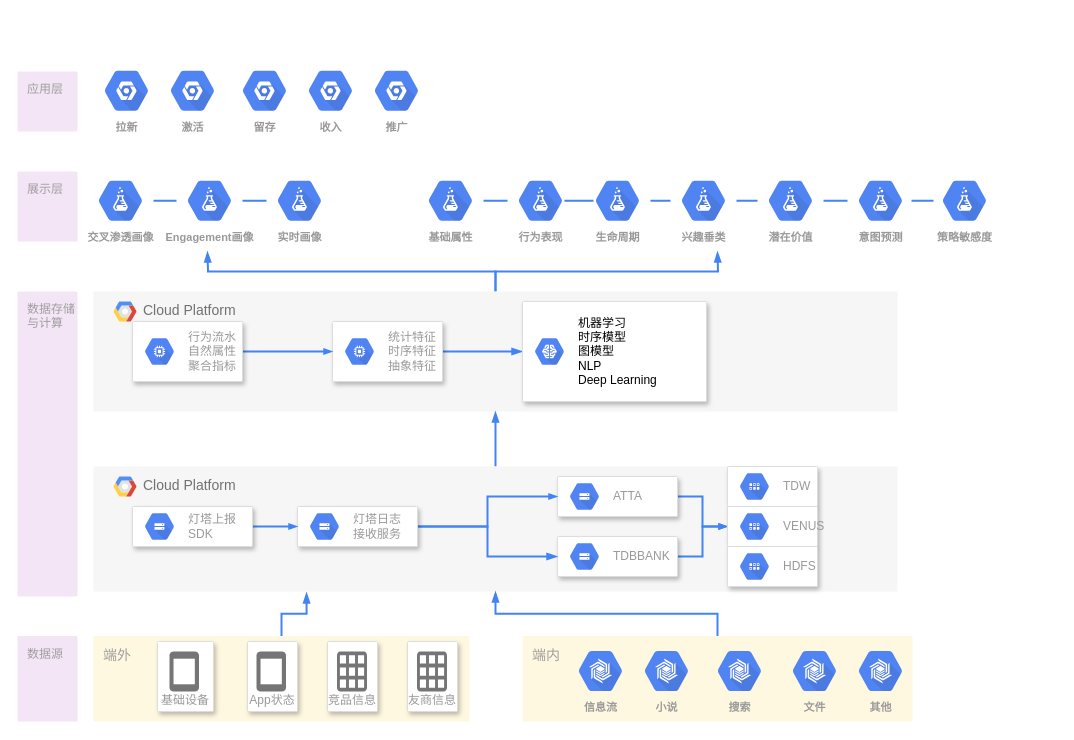
feiwsteven/cython keeps this draw.io diagram as engineering_Diagram.drawio. Above is the earlier version. Source tidied: cells renumbered, new cells numbered last; positions are measured from the earlier drawing's top-left corner, leaving out a move shared by most shapes. Both pictures are drawn from the tidied source at 100%, with x=0, y=0 at pixel (17, 61).
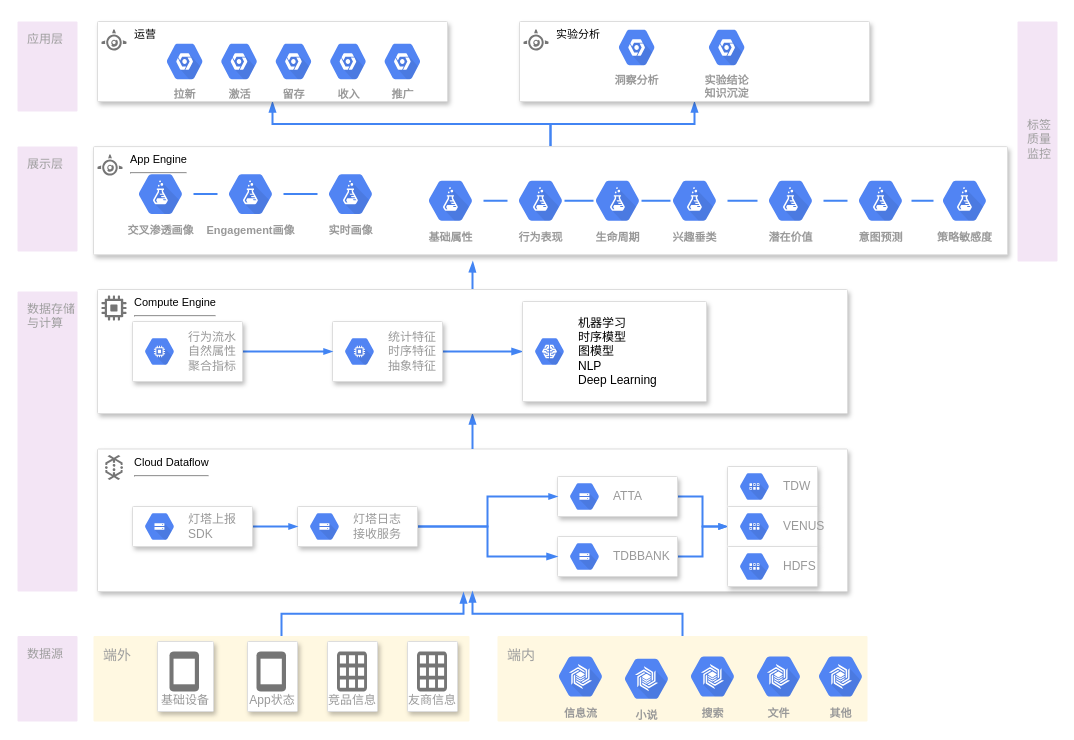
The same diagram, later.

Unchanged cells that the change refers to:
```xml
<mxCell id="10" value="&lt;font style=&quot;font-size: 14px&quot;&gt;端外&lt;/font&gt;" style="sketch=0;points=[[0,0,0],[0.25,0,0],[0.5,0,0],[0.75,0,0],[1,0,0],[1,0.25,0],[1,0.5,0],[1,0.75,0],[1,1,0],[0.75,1,0],[0.5,1,0],[0.25,1,0],[0,1,0],[0,0.75,0],[0,0.5,0],[0,0.25,0]];rounded=1;absoluteArcSize=1;arcSize=2;html=1;strokeColor=none;gradientColor=none;shadow=0;dashed=0;fontSize=12;fontColor=#9E9E9E;align=left;verticalAlign=top;spacing=10;spacingTop=-4;fillColor=#FFF8E1;" parent="1" vertex="1">
  <mxGeometry x="76" y="574.5" width="376" height="85.5" as="geometry" />
</mxCell>
```

What changed in the source:
```diff
@@
-    <mxCell id="2" style="edgeStyle=orthogonalEdgeStyle;rounded=0;jettySize=auto;html=1;fontSize=14;endArrow=blockThin;endFill=1;strokeColor=#4284F3;strokeWidth=2;" parent="1" edge="1" source="4">
-      <mxGeometry relative="1" as="geometry">
-        <mxPoint x="190" y="190" as="targetPoint" />
-      </mxGeometry>
-    </mxCell>
-    <mxCell id="3" style="edgeStyle=orthogonalEdgeStyle;rounded=0;jettySize=auto;html=1;fontSize=14;endArrow=blockThin;endFill=1;strokeColor=#4284F3;strokeWidth=2;" parent="1" edge="1" source="4">
-      <mxGeometry relative="1" as="geometry">
-        <mxPoint x="700" y="190" as="targetPoint" />
-      </mxGeometry>
-    </mxCell>
-    <mxCell id="4" value="Cloud Platform" style="fillColor=#F6F6F6;strokeColor=none;shadow=0;gradientColor=none;fontSize=14;align=left;spacing=10;fontColor=#717171;9E9E9E;verticalAlign=top;spacingTop=-4;fontStyle=0;spacingLeft=40;html=1;" parent="1" vertex="1">
-      <mxGeometry x="76" y="230" width="804" height="120" as="geometry" />
-    </mxCell>
-    <mxCell id="5" style="shape=mxgraph.gcp2.google_cloud_platform;fillColor=#F6F6F6;strokeColor=none;shadow=0;gradientColor=none;fontSize=14;" parent="4" vertex="1">
-      <mxGeometry width="23" height="20" relative="1" as="geometry">
-        <mxPoint x="20" y="10" as="offset" />
-      </mxGeometry>
-    </mxCell>
-    <mxCell id="6" style="edgeStyle=orthogonalEdgeStyle;rounded=0;jettySize=auto;html=1;fontSize=14;endArrow=blockThin;endFill=1;strokeColor=#4284F3;strokeWidth=2;" parent="1" edge="1" source="7" target="4">
-      <mxGeometry relative="1" as="geometry" />
-    </mxCell>
-    <mxCell id="7" value="Cloud Platform" style="fillColor=#F6F6F6;strokeColor=none;shadow=0;gradientColor=none;fontSize=14;align=left;spacing=10;fontColor=#717171;9E9E9E;verticalAlign=top;spacingTop=-4;fontStyle=0;spacingLeft=40;html=1;" parent="1" vertex="1">
-      <mxGeometry x="76" y="405" width="804" height="125" as="geometry" />
-    </mxCell>
-    <mxCell id="8" style="shape=mxgraph.gcp2.google_cloud_platform;fillColor=#F6F6F6;strokeColor=none;shadow=0;gradientColor=none;fontSize=14;" parent="7" vertex="1">
-      <mxGeometry width="23" height="20" relative="1" as="geometry">
-        <mxPoint x="20" y="10" as="offset" />
-      </mxGeometry>
-    </mxCell>
-    <mxCell id="9" style="edgeStyle=orthogonalEdgeStyle;rounded=0;jettySize=auto;html=1;entryX=0.265;entryY=1.008;entryDx=0;entryDy=0;entryPerimeter=0;fontSize=14;endArrow=blockThin;endFill=1;strokeColor=#4284F3;strokeWidth=2;" parent="1" edge="1" source="10" target="7">
-      <mxGeometry relative="1" as="geometry" />
-    </mxCell>
+    <mxCell id="80" style="edgeStyle=orthogonalEdgeStyle;rounded=0;jettySize=auto;html=1;entryX=0.5;entryY=1;entryDx=0;entryDy=0;fontSize=14;endArrow=blockThin;endFill=1;strokeColor=#4284F3;strokeWidth=2;" parent="1" edge="1" source="82" target="98">
+      <mxGeometry relative="1" as="geometry" />
+    </mxCell>
+    <mxCell id="81" style="edgeStyle=orthogonalEdgeStyle;rounded=0;jettySize=auto;html=1;entryX=0.5;entryY=1;entryDx=0;entryDy=0;fontSize=14;endArrow=blockThin;endFill=1;strokeColor=#4284F3;strokeWidth=2;" parent="1" edge="1" source="82" target="95">
+      <mxGeometry relative="1" as="geometry" />
+    </mxCell>
+    <mxCell id="82" style="strokeColor=#dddddd;shadow=1;strokeWidth=1;rounded=1;absoluteArcSize=1;arcSize=2;fontSize=14;" parent="1" vertex="1">
+      <mxGeometry x="76" y="85.1" width="914" height="108.2" as="geometry" />
+    </mxCell>
+    <mxCell id="83" value="&lt;font color=&quot;#000000&quot;&gt;App Engine&lt;/font&gt;&lt;hr&gt;" style="text;html=1;align=left;verticalAlign=top;spacingLeft=35;fontColor=#999999;fontSize=11;" parent="82" vertex="1">
+      <mxGeometry width="914" height="50" relative="1" as="geometry" />
+    </mxCell>
+    <mxCell id="84" style="sketch=0;dashed=0;html=1;fillColor=#757575;strokeColor=none;shape=mxgraph.gcp2.app_engine_icon;fontSize=14;" parent="82" vertex="1">
+      <mxGeometry width="25" height="21" relative="1" as="geometry">
+        <mxPoint x="4" y="8" as="offset" />
+      </mxGeometry>
+    </mxCell>
+    <mxCell id="57" value="实时画像" style="sketch=0;html=1;fillColor=#5184F3;strokeColor=none;verticalAlign=top;labelPosition=center;verticalLabelPosition=bottom;align=center;spacingTop=-6;fontSize=11;fontStyle=1;fontColor=#999999;shape=mxgraph.gcp2.hexIcon;prIcon=cloud_datalab;" parent="82" vertex="1">
+      <mxGeometry x="224" y="18.2" width="66" height="58.5" as="geometry" />
+    </mxCell>
+    <mxCell id="56" value="Engagement画像" style="sketch=0;html=1;fillColor=#5184F3;strokeColor=none;verticalAlign=top;labelPosition=center;verticalLabelPosition=bottom;align=center;spacingTop=-6;fontSize=11;fontStyle=1;fontColor=#999999;shape=mxgraph.gcp2.hexIcon;prIcon=cloud_datalab;" parent="82" vertex="1">
+      <mxGeometry x="124" y="18.2" width="66" height="58.5" as="geometry" />
+    </mxCell>
+    <mxCell id="55" style="edgeStyle=orthogonalEdgeStyle;rounded=0;jettySize=auto;html=1;fontSize=14;endArrow=none;endFill=0;strokeColor=#4284F3;strokeWidth=2;" parent="82" edge="1" source="56" target="57">
+      <mxGeometry relative="1" as="geometry" />
+    </mxCell>
+    <mxCell id="54" value="交叉渗透画像" style="sketch=0;html=1;fillColor=#5184F3;strokeColor=none;verticalAlign=top;labelPosition=center;verticalLabelPosition=bottom;align=center;spacingTop=-6;fontSize=11;fontStyle=1;fontColor=#999999;shape=mxgraph.gcp2.hexIcon;prIcon=cloud_datalab;" parent="82" vertex="1">
+      <mxGeometry x="34" y="18.2" width="66" height="58.5" as="geometry" />
+    </mxCell>
+    <mxCell id="53" style="edgeStyle=orthogonalEdgeStyle;rounded=0;jettySize=auto;html=1;fontSize=14;endArrow=none;endFill=0;strokeColor=#4284F3;strokeWidth=2;" parent="82" edge="1" source="54" target="56">
+      <mxGeometry relative="1" as="geometry" />
+    </mxCell>
+    <mxCell id="85" style="strokeColor=#dddddd;shadow=1;strokeWidth=1;rounded=1;absoluteArcSize=1;arcSize=2;fontSize=14;" parent="1" vertex="1">
+      <mxGeometry x="80" y="387.5" width="750" height="142.5" as="geometry" />
+    </mxCell>
+    <mxCell id="86" style="edgeStyle=orthogonalEdgeStyle;rounded=0;jettySize=auto;html=1;entryX=0.5;entryY=1;entryDx=0;entryDy=0;fontSize=14;endArrow=blockThin;endFill=1;strokeColor=#4284F3;strokeWidth=2;" parent="85" edge="1" source="87" target="90">
+      <mxGeometry relative="1" as="geometry" />
+    </mxCell>
+    <mxCell id="87" value="&lt;font color=&quot;#000000&quot;&gt;Cloud Dataflow&lt;/font&gt;&lt;hr&gt;" style="text;html=1;align=left;verticalAlign=top;spacingLeft=35;fontColor=#999999;fontSize=11;" parent="85" vertex="1">
+      <mxGeometry width="750" height="50" relative="1" as="geometry" />
+    </mxCell>
+    <mxCell id="88" style="sketch=0;dashed=0;html=1;fillColor=#757575;strokeColor=none;shape=mxgraph.gcp2.cloud_dataflow_icon;fontSize=14;" parent="85" vertex="1">
+      <mxGeometry width="18" height="25" relative="1" as="geometry">
+        <mxPoint x="7.5" y="6" as="offset" />
+      </mxGeometry>
+    </mxCell>
+    <mxCell id="89" style="edgeStyle=orthogonalEdgeStyle;rounded=0;jettySize=auto;html=1;entryX=0.415;entryY=1.061;entryDx=0;entryDy=0;entryPerimeter=0;fontSize=14;endArrow=blockThin;endFill=1;strokeColor=#4284F3;strokeWidth=2;" parent="1" edge="1" source="90" target="82">
+      <mxGeometry relative="1" as="geometry" />
+    </mxCell>
+    <mxCell id="90" style="strokeColor=#dddddd;shadow=1;strokeWidth=1;rounded=1;absoluteArcSize=1;arcSize=2;fontSize=14;" parent="1" vertex="1">
+      <mxGeometry x="80" y="228" width="750" height="124" as="geometry" />
+    </mxCell>
+    <mxCell id="91" value="&lt;font color=&quot;#000000&quot;&gt;Compute Engine&lt;/font&gt;&lt;hr&gt;" style="text;html=1;align=left;verticalAlign=top;spacingLeft=35;fontColor=#999999;fontSize=11;" parent="90" vertex="1">
+      <mxGeometry width="750" height="50" relative="1" as="geometry" />
+    </mxCell>
+    <mxCell id="92" style="sketch=0;dashed=0;html=1;fillColor=#757575;strokeColor=none;shape=mxgraph.gcp2.compute_engine_icon;fontSize=14;" parent="90" vertex="1">
+      <mxGeometry width="25" height="25" relative="1" as="geometry">
+        <mxPoint x="4" y="6" as="offset" />
+      </mxGeometry>
+    </mxCell>
+    <mxCell id="93" style="edgeStyle=orthogonalEdgeStyle;rounded=0;jettySize=auto;html=1;entryX=0.488;entryY=1.007;entryDx=0;entryDy=0;entryPerimeter=0;fontSize=14;endArrow=blockThin;endFill=1;strokeColor=#4284F3;strokeWidth=2;" parent="1" edge="1" source="10" target="85">
+      <mxGeometry relative="1" as="geometry" />
+    </mxCell>
@@
-    <mxCell id="19" style="edgeStyle=orthogonalEdgeStyle;rounded=0;jettySize=auto;html=1;fontSize=14;endArrow=blockThin;endFill=1;strokeColor=#4284F3;strokeWidth=2;" parent="1" edge="1" source="20" target="7">
-      <mxGeometry relative="1" as="geometry" />
-    </mxCell>
+    <mxCell id="94" style="edgeStyle=orthogonalEdgeStyle;rounded=0;jettySize=auto;html=1;fontSize=14;endArrow=blockThin;endFill=1;strokeColor=#4284F3;strokeWidth=2;" parent="1" edge="1" source="20" target="85">
+      <mxGeometry relative="1" as="geometry" />
+    </mxCell>
     <mxCell id="20" value="&lt;font style=&quot;font-size: 14px&quot;&gt;端内&lt;/font&gt;" style="sketch=0;points=[[0,0,0],[0.25,0,0],[0.5,0,0],[0.75,0,0],[1,0,0],[1,0.25,0],[1,0.5,0],[1,0.75,0],[1,1,0],[0.75,1,0],[0.5,1,0],[0.25,1,0],[0,1,0],[0,0.75,0],[0,0.5,0],[0,0.25,0]];rounded=1;absoluteArcSize=1;arcSize=2;html=1;strokeColor=none;gradientColor=none;shadow=0;dashed=0;fontSize=12;fontColor=#9E9E9E;align=left;verticalAlign=top;spacing=10;spacingTop=-4;fillColor=#FFF8E1;" parent="1" vertex="1">
-      <mxGeometry x="505" y="574.5" width="390" height="85.5" as="geometry" />
+      <mxGeometry x="480" y="574.5" width="370" height="85.5" as="geometry" />
     </mxCell>
     <mxCell id="21" value="信息流" style="sketch=0;html=1;fillColor=#5184F3;strokeColor=none;verticalAlign=top;labelPosition=center;verticalLabelPosition=bottom;align=center;spacingTop=-6;fontSize=11;fontStyle=1;fontColor=#999999;shape=mxgraph.gcp2.hexIcon;prIcon=cloud_bigtable;" parent="1" vertex="1">
-      <mxGeometry x="550" y="580" width="66" height="59" as="geometry" />
+      <mxGeometry x="530" y="585.5" width="66" height="59" as="geometry" />
     </mxCell>
     <mxCell id="22" value="小说" style="sketch=0;html=1;fillColor=#5184F3;strokeColor=none;verticalAlign=top;labelPosition=center;verticalLabelPosition=bottom;align=center;spacingTop=-6;fontSize=11;fontStyle=1;fontColor=#999999;shape=mxgraph.gcp2.hexIcon;prIcon=cloud_bigtable;" parent="1" vertex="1">
-      <mxGeometry x="616" y="580" width="66" height="59" as="geometry" />
+      <mxGeometry x="596" y="587.8" width="66" height="59" as="geometry" />
     </mxCell>
     <mxCell id="23" value="搜索" style="sketch=0;html=1;fillColor=#5184F3;strokeColor=none;verticalAlign=top;labelPosition=center;verticalLabelPosition=bottom;align=center;spacingTop=-6;fontSize=11;fontStyle=1;fontColor=#999999;shape=mxgraph.gcp2.hexIcon;prIcon=cloud_bigtable;" parent="1" vertex="1">
-      <mxGeometry x="689" y="580" width="66" height="59" as="geometry" />
+      <mxGeometry x="662" y="585.5" width="66" height="59" as="geometry" />
     </mxCell>
     <mxCell id="24" value="文件" style="sketch=0;html=1;fillColor=#5184F3;strokeColor=none;verticalAlign=top;labelPosition=center;verticalLabelPosition=bottom;align=center;spacingTop=-6;fontSize=11;fontStyle=1;fontColor=#999999;shape=mxgraph.gcp2.hexIcon;prIcon=cloud_bigtable;" parent="1" vertex="1">
-      <mxGeometry x="764" y="580" width="66" height="59" as="geometry" />
+      <mxGeometry x="728" y="585.5" width="66" height="59" as="geometry" />
     </mxCell>
     <mxCell id="25" value="其他" style="sketch=0;html=1;fillColor=#5184F3;strokeColor=none;verticalAlign=top;labelPosition=center;verticalLabelPosition=bottom;align=center;spacingTop=-6;fontSize=11;fontStyle=1;fontColor=#999999;shape=mxgraph.gcp2.hexIcon;prIcon=cloud_bigtable;" parent="1" vertex="1">
-      <mxGeometry x="830" y="580" width="66" height="59" as="geometry" />
+      <mxGeometry x="790" y="585.5" width="66" height="59" as="geometry" />
     </mxCell>
@@
-    <mxCell id="53" style="edgeStyle=orthogonalEdgeStyle;rounded=0;jettySize=auto;html=1;fontSize=14;endArrow=none;endFill=0;strokeColor=#4284F3;strokeWidth=2;" parent="1" edge="1" source="54" target="56">
-      <mxGeometry relative="1" as="geometry" />
-    </mxCell>
-    <mxCell id="54" value="交叉渗透画像" style="sketch=0;html=1;fillColor=#5184F3;strokeColor=none;verticalAlign=top;labelPosition=center;verticalLabelPosition=bottom;align=center;spacingTop=-6;fontSize=11;fontStyle=1;fontColor=#999999;shape=mxgraph.gcp2.hexIcon;prIcon=cloud_datalab;" parent="1" vertex="1">
-      <mxGeometry x="70" y="110" width="66" height="58.5" as="geometry" />
-    </mxCell>
-    <mxCell id="55" style="edgeStyle=orthogonalEdgeStyle;rounded=0;jettySize=auto;html=1;fontSize=14;endArrow=none;endFill=0;strokeColor=#4284F3;strokeWidth=2;" parent="1" edge="1" source="56" target="57">
-      <mxGeometry relative="1" as="geometry" />
-    </mxCell>
-    <mxCell id="56" value="Engagement画像" style="sketch=0;html=1;fillColor=#5184F3;strokeColor=none;verticalAlign=top;labelPosition=center;verticalLabelPosition=bottom;align=center;spacingTop=-6;fontSize=11;fontStyle=1;fontColor=#999999;shape=mxgraph.gcp2.hexIcon;prIcon=cloud_datalab;" parent="1" vertex="1">
-      <mxGeometry x="159" y="110" width="66" height="58.5" as="geometry" />
-    </mxCell>
-    <mxCell id="57" value="实时画像" style="sketch=0;html=1;fillColor=#5184F3;strokeColor=none;verticalAlign=top;labelPosition=center;verticalLabelPosition=bottom;align=center;spacingTop=-6;fontSize=11;fontStyle=1;fontColor=#999999;shape=mxgraph.gcp2.hexIcon;prIcon=cloud_datalab;" parent="1" vertex="1">
-      <mxGeometry x="249" y="110" width="66" height="58.5" as="geometry" />
-    </mxCell>
     <mxCell id="58" value="数据存储&lt;br&gt;与计算" style="sketch=0;rounded=1;absoluteArcSize=1;arcSize=2;html=1;strokeColor=none;gradientColor=none;shadow=0;dashed=0;fontSize=12;fontColor=#9E9E9E;align=left;verticalAlign=top;spacing=10;spacingTop=-4;fillColor=#F3E5F5;" parent="1" vertex="1">
-      <mxGeometry y="230" width="60" height="305" as="geometry" />
+      <mxGeometry y="230" width="60" height="300" as="geometry" />
     </mxCell>
@@
     <mxCell id="65" value="兴趣垂类" style="sketch=0;html=1;fillColor=#5184F3;strokeColor=none;verticalAlign=top;labelPosition=center;verticalLabelPosition=bottom;align=center;spacingTop=-6;fontSize=11;fontStyle=1;fontColor=#999999;shape=mxgraph.gcp2.hexIcon;prIcon=cloud_datalab;" parent="1" vertex="1">
-      <mxGeometry x="653" y="110" width="66" height="58.5" as="geometry" />
+      <mxGeometry x="644" y="110" width="66" height="58.5" as="geometry" />
     </mxCell>
@@
     <mxCell id="72" value="展示层" style="sketch=0;rounded=1;absoluteArcSize=1;arcSize=2;html=1;strokeColor=none;gradientColor=none;shadow=0;dashed=0;fontSize=12;fontColor=#9E9E9E;align=left;verticalAlign=top;spacing=10;spacingTop=-4;fillColor=#F3E5F5;" parent="1" vertex="1">
-      <mxGeometry y="110" width="60" height="70" as="geometry" />
+      <mxGeometry y="85.1" width="60" height="104.9" as="geometry" />
     </mxCell>
@@
     <mxCell id="74" value="应用层" style="sketch=0;rounded=1;absoluteArcSize=1;arcSize=2;html=1;strokeColor=none;gradientColor=none;shadow=0;dashed=0;fontSize=12;fontColor=#9E9E9E;align=left;verticalAlign=top;spacing=10;spacingTop=-4;fillColor=#F3E5F5;" parent="1" vertex="1">
-      <mxGeometry y="10" width="60" height="60" as="geometry" />
+      <mxGeometry y="-40" width="60" height="90" as="geometry" />
     </mxCell>
+    <mxCell id="95" style="strokeColor=#dddddd;shadow=1;strokeWidth=1;rounded=1;absoluteArcSize=1;arcSize=2;fontSize=14;" parent="1" vertex="1">
+      <mxGeometry x="80" y="-40" width="350" height="80" as="geometry" />
+    </mxCell>
+    <mxCell id="96" value="&lt;font color=&quot;#000000&quot;&gt;&lt;span&gt;运营&lt;/span&gt;&lt;/font&gt;" style="text;html=1;align=left;verticalAlign=top;spacingLeft=35;fontColor=#999999;fontSize=11;" parent="95" vertex="1">
+      <mxGeometry width="350" height="50" relative="1" as="geometry" />
+    </mxCell>
+    <mxCell id="97" style="sketch=0;dashed=0;html=1;fillColor=#757575;strokeColor=none;shape=mxgraph.gcp2.app_engine_icon;fontSize=14;" parent="95" vertex="1">
+      <mxGeometry width="25" height="21" relative="1" as="geometry">
+        <mxPoint x="4" y="8" as="offset" />
+      </mxGeometry>
+    </mxCell>
-    <mxCell id="75" value="拉新" style="sketch=0;html=1;fillColor=#5184F3;strokeColor=none;verticalAlign=top;labelPosition=center;verticalLabelPosition=bottom;align=center;spacingTop=-6;fontSize=11;fontStyle=1;fontColor=#999999;shape=mxgraph.gcp2.hexIcon;prIcon=placeholder;" parent="1" vertex="1">
-      <mxGeometry x="76" width="66" height="58.5" as="geometry" />
+    <mxCell id="75" value="拉新" style="sketch=0;html=1;fillColor=#5184F3;strokeColor=none;verticalAlign=top;labelPosition=center;verticalLabelPosition=bottom;align=center;spacingTop=-6;fontSize=11;fontStyle=1;fontColor=#999999;shape=mxgraph.gcp2.hexIcon;prIcon=placeholder;" parent="95" vertex="1">
+      <mxGeometry x="60" y="14" width="54.4" height="52" as="geometry" />
     </mxCell>
-    <mxCell id="76" value="激活" style="sketch=0;html=1;fillColor=#5184F3;strokeColor=none;verticalAlign=top;labelPosition=center;verticalLabelPosition=bottom;align=center;spacingTop=-6;fontSize=11;fontStyle=1;fontColor=#999999;shape=mxgraph.gcp2.hexIcon;prIcon=placeholder;" parent="1" vertex="1">
-      <mxGeometry x="142" width="66" height="58.5" as="geometry" />
+    <mxCell id="76" value="激活" style="sketch=0;html=1;fillColor=#5184F3;strokeColor=none;verticalAlign=top;labelPosition=center;verticalLabelPosition=bottom;align=center;spacingTop=-6;fontSize=11;fontStyle=1;fontColor=#999999;shape=mxgraph.gcp2.hexIcon;prIcon=placeholder;" parent="95" vertex="1">
+      <mxGeometry x="114.4" y="14" width="54.4" height="52" as="geometry" />
     </mxCell>
-    <mxCell id="77" value="留存" style="sketch=0;html=1;fillColor=#5184F3;strokeColor=none;verticalAlign=top;labelPosition=center;verticalLabelPosition=bottom;align=center;spacingTop=-6;fontSize=11;fontStyle=1;fontColor=#999999;shape=mxgraph.gcp2.hexIcon;prIcon=placeholder;" parent="1" vertex="1">
-      <mxGeometry x="214" width="66" height="58.5" as="geometry" />
+    <mxCell id="77" value="留存" style="sketch=0;html=1;fillColor=#5184F3;strokeColor=none;verticalAlign=top;labelPosition=center;verticalLabelPosition=bottom;align=center;spacingTop=-6;fontSize=11;fontStyle=1;fontColor=#999999;shape=mxgraph.gcp2.hexIcon;prIcon=placeholder;" parent="95" vertex="1">
+      <mxGeometry x="168.8" y="14" width="54.4" height="52" as="geometry" />
     </mxCell>
+    <mxCell id="79" value="收入" style="sketch=0;html=1;fillColor=#5184F3;strokeColor=none;verticalAlign=top;labelPosition=center;verticalLabelPosition=bottom;align=center;spacingTop=-6;fontSize=11;fontStyle=1;fontColor=#999999;shape=mxgraph.gcp2.hexIcon;prIcon=placeholder;" parent="95" vertex="1">
+      <mxGeometry x="223.3" y="14" width="54.4" height="52" as="geometry" />
+    </mxCell>
-    <mxCell id="78" value="推广" style="sketch=0;html=1;fillColor=#5184F3;strokeColor=none;verticalAlign=top;labelPosition=center;verticalLabelPosition=bottom;align=center;spacingTop=-6;fontSize=11;fontStyle=1;fontColor=#999999;shape=mxgraph.gcp2.hexIcon;prIcon=placeholder;" parent="1" vertex="1">
-      <mxGeometry x="346" width="66" height="58.5" as="geometry" />
+    <mxCell id="78" value="推广" style="sketch=0;html=1;fillColor=#5184F3;strokeColor=none;verticalAlign=top;labelPosition=center;verticalLabelPosition=bottom;align=center;spacingTop=-6;fontSize=11;fontStyle=1;fontColor=#999999;shape=mxgraph.gcp2.hexIcon;prIcon=placeholder;" parent="95" vertex="1">
+      <mxGeometry x="277.7" y="14" width="54.4" height="52" as="geometry" />
     </mxCell>
-    <mxCell id="79" value="收入" style="sketch=0;html=1;fillColor=#5184F3;strokeColor=none;verticalAlign=top;labelPosition=center;verticalLabelPosition=bottom;align=center;spacingTop=-6;fontSize=11;fontStyle=1;fontColor=#999999;shape=mxgraph.gcp2.hexIcon;prIcon=placeholder;" parent="1" vertex="1">
-      <mxGeometry x="280" width="66" height="58.5" as="geometry" />
-    </mxCell>
+    <mxCell id="98" style="strokeColor=#dddddd;shadow=1;strokeWidth=1;rounded=1;absoluteArcSize=1;arcSize=2;fontSize=14;" parent="1" vertex="1">
+      <mxGeometry x="502" y="-40" width="350" height="80" as="geometry" />
+    </mxCell>
+    <mxCell id="99" value="&lt;font color=&quot;#000000&quot;&gt;&lt;span&gt;实验分析&lt;/span&gt;&lt;/font&gt;" style="text;html=1;align=left;verticalAlign=top;spacingLeft=35;fontColor=#999999;fontSize=11;" parent="98" vertex="1">
+      <mxGeometry width="350" height="50" relative="1" as="geometry" />
+    </mxCell>
+    <mxCell id="100" style="sketch=0;dashed=0;html=1;fillColor=#757575;strokeColor=none;shape=mxgraph.gcp2.app_engine_icon;fontSize=14;" parent="98" vertex="1">
+      <mxGeometry width="25" height="21" relative="1" as="geometry">
+        <mxPoint x="4" y="8" as="offset" />
+      </mxGeometry>
+    </mxCell>
+    <mxCell id="101" value="洞察分析" style="sketch=0;html=1;fillColor=#5184F3;strokeColor=none;verticalAlign=top;labelPosition=center;verticalLabelPosition=bottom;align=center;spacingTop=-6;fontSize=11;fontStyle=1;fontColor=#999999;shape=mxgraph.gcp2.hexIcon;prIcon=placeholder;" parent="98" vertex="1">
+      <mxGeometry x="90" width="54.4" height="52" as="geometry" />
+    </mxCell>
+    <mxCell id="102" value="实验结论&lt;br&gt;知识沉淀" style="sketch=0;html=1;fillColor=#5184F3;strokeColor=none;verticalAlign=top;labelPosition=center;verticalLabelPosition=bottom;align=center;spacingTop=-6;fontSize=11;fontStyle=1;fontColor=#999999;shape=mxgraph.gcp2.hexIcon;prIcon=placeholder;" parent="98" vertex="1">
+      <mxGeometry x="180" width="54.4" height="52" as="geometry" />
+    </mxCell>
+    <mxCell id="103" value="标签&lt;br&gt;质量&lt;br&gt;监控" style="sketch=0;rounded=1;absoluteArcSize=1;arcSize=2;html=1;strokeColor=none;gradientColor=none;shadow=0;dashed=0;fontSize=12;fontColor=#9E9E9E;align=left;verticalAlign=middle;spacing=10;spacingTop=-4;fillColor=#F3E5F5;" parent="1" vertex="1">
+      <mxGeometry x="1000" y="-40" width="40" height="240" as="geometry" />
+    </mxCell>
```
